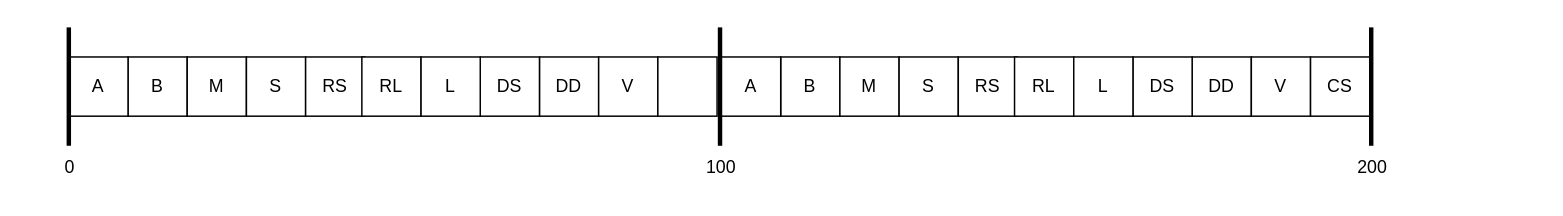
This is schedulers/arduino/C_selection.drawio from CosminOctavianPetre/RTS-P1-Cyclic-Scheduling, a draw.io file, before an edit. Source tidied: cells renumbered, new cells numbered last; positions are measured from the earlier drawing's top-left corner, leaving out a move shared by most shapes. Both pictures are drawn from the tidied source at 148%, with x=0, y=0 at pixel (25, 27).
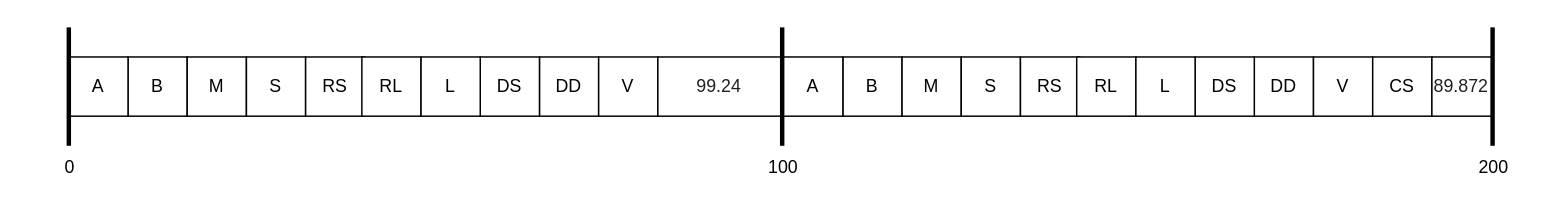
The same diagram, later.

Diff of the diagram source:
```diff
@@
     <mxCell id="4" style="endArrow=none;html=1;rounded=0;strokeWidth=3;strokeColor=default;" parent="1" edge="1">
       <mxGeometry relative="1" as="geometry">
-        <mxPoint x="469" as="sourcePoint" />
-        <mxPoint x="469" y="80" as="targetPoint" />
+        <mxPoint x="511" as="sourcePoint" />
+        <mxPoint x="511" y="80" as="targetPoint" />
       </mxGeometry>
     </mxCell>
     <mxCell id="5" value="100" style="text;html=1;strokeColor=none;fillColor=none;align=center;verticalAlign=middle;whiteSpace=wrap;rounded=0;" parent="1" vertex="1">
-      <mxGeometry x="440" y="80" width="60" height="30" as="geometry" />
+      <mxGeometry x="482" y="80" width="60" height="30" as="geometry" />
     </mxCell>
     <mxCell id="6" value="200" style="text;html=1;strokeColor=none;fillColor=none;align=center;verticalAlign=middle;whiteSpace=wrap;rounded=0;" parent="1" vertex="1">
-      <mxGeometry x="880" y="80" width="60" height="30" as="geometry" />
+      <mxGeometry x="962" y="80" width="60" height="30" as="geometry" />
     </mxCell>
@@
     <mxCell id="8" style="endArrow=none;html=1;rounded=0;strokeWidth=3;strokeColor=default;" parent="1" edge="1">
       <mxGeometry relative="1" as="geometry">
-        <mxPoint x="909" as="sourcePoint" />
-        <mxPoint x="909" y="80" as="targetPoint" />
+        <mxPoint x="991" as="sourcePoint" />
+        <mxPoint x="991" y="80" as="targetPoint" />
       </mxGeometry>
     </mxCell>
@@
     <mxCell id="17" value="B" style="rounded=0;whiteSpace=wrap;html=1;" parent="1" vertex="1">
-      <mxGeometry x="510" y="20" width="40" height="40" as="geometry" />
+      <mxGeometry x="552" y="20" width="40" height="40" as="geometry" />
     </mxCell>
     <mxCell id="18" value="A" style="rounded=0;whiteSpace=wrap;html=1;" parent="1" vertex="1">
-      <mxGeometry x="470" y="20" width="40" height="40" as="geometry" />
+      <mxGeometry x="512" y="20" width="40" height="40" as="geometry" />
     </mxCell>
     <mxCell id="19" value="M" style="rounded=0;whiteSpace=wrap;html=1;" parent="1" vertex="1">
-      <mxGeometry x="550" y="20" width="40" height="40" as="geometry" />
+      <mxGeometry x="592" y="20" width="40" height="40" as="geometry" />
     </mxCell>
     <mxCell id="20" value="S" style="rounded=0;whiteSpace=wrap;html=1;" parent="1" vertex="1">
-      <mxGeometry x="590" y="20" width="40" height="40" as="geometry" />
+      <mxGeometry x="632" y="20" width="40" height="40" as="geometry" />
     </mxCell>
     <mxCell id="21" value="RS" style="rounded=0;whiteSpace=wrap;html=1;" parent="1" vertex="1">
-      <mxGeometry x="630" y="20" width="40" height="40" as="geometry" />
+      <mxGeometry x="672" y="20" width="40" height="40" as="geometry" />
     </mxCell>
     <mxCell id="22" value="RL" style="rounded=0;whiteSpace=wrap;html=1;" parent="1" vertex="1">
-      <mxGeometry x="668" y="20" width="40" height="40" as="geometry" />
+      <mxGeometry x="710" y="20" width="40" height="40" as="geometry" />
     </mxCell>
     <mxCell id="23" value="DD" style="rounded=0;whiteSpace=wrap;html=1;" parent="1" vertex="1">
-      <mxGeometry x="788" y="20" width="40" height="40" as="geometry" />
+      <mxGeometry x="830" y="20" width="40" height="40" as="geometry" />
     </mxCell>
     <mxCell id="24" value="DS" style="rounded=0;whiteSpace=wrap;html=1;" parent="1" vertex="1">
-      <mxGeometry x="748" y="20" width="40" height="40" as="geometry" />
+      <mxGeometry x="790" y="20" width="40" height="40" as="geometry" />
     </mxCell>
     <mxCell id="25" value="L" style="rounded=0;whiteSpace=wrap;html=1;" parent="1" vertex="1">
-      <mxGeometry x="708" y="20" width="40" height="40" as="geometry" />
+      <mxGeometry x="750" y="20" width="40" height="40" as="geometry" />
     </mxCell>
@@
-    <mxCell id="27" style="rounded=0;whiteSpace=wrap;html=1;" parent="1" vertex="1">
-      <mxGeometry x="427" y="20" width="40" height="40" as="geometry" />
+    <mxCell id="27" value="&lt;span style=&quot;color: rgb(32, 33, 36); font-family: arial, sans-serif; text-align: start; background-color: rgb(255, 255, 255);&quot;&gt;&lt;font style=&quot;font-size: 12px;&quot;&gt;99.24&lt;/font&gt;&lt;/span&gt;" style="rounded=0;whiteSpace=wrap;html=1;" parent="1" vertex="1">
+      <mxGeometry x="427" y="20" width="83" height="40" as="geometry" />
     </mxCell>
     <mxCell id="28" value="V" style="rounded=0;whiteSpace=wrap;html=1;" parent="1" vertex="1">
-      <mxGeometry x="828" y="20" width="40" height="40" as="geometry" />
+      <mxGeometry x="870" y="20" width="40" height="40" as="geometry" />
     </mxCell>
     <mxCell id="29" value="&lt;span&gt;CS&lt;/span&gt;" style="rounded=0;whiteSpace=wrap;html=1;" parent="1" vertex="1">
-      <mxGeometry x="868" y="20" width="40" height="40" as="geometry" />
+      <mxGeometry x="910" y="20" width="40" height="40" as="geometry" />
     </mxCell>
+    <mxCell id="30" value="&lt;span style=&quot;color: rgb(32, 33, 36); font-family: arial, sans-serif; text-align: start; background-color: rgb(255, 255, 255);&quot;&gt;&lt;font style=&quot;font-size: 12px;&quot;&gt;89.872&lt;/font&gt;&lt;/span&gt;" style="rounded=0;whiteSpace=wrap;html=1;" parent="1" vertex="1">
+      <mxGeometry x="950" y="20" width="40" height="40" as="geometry" />
+    </mxCell>
```
